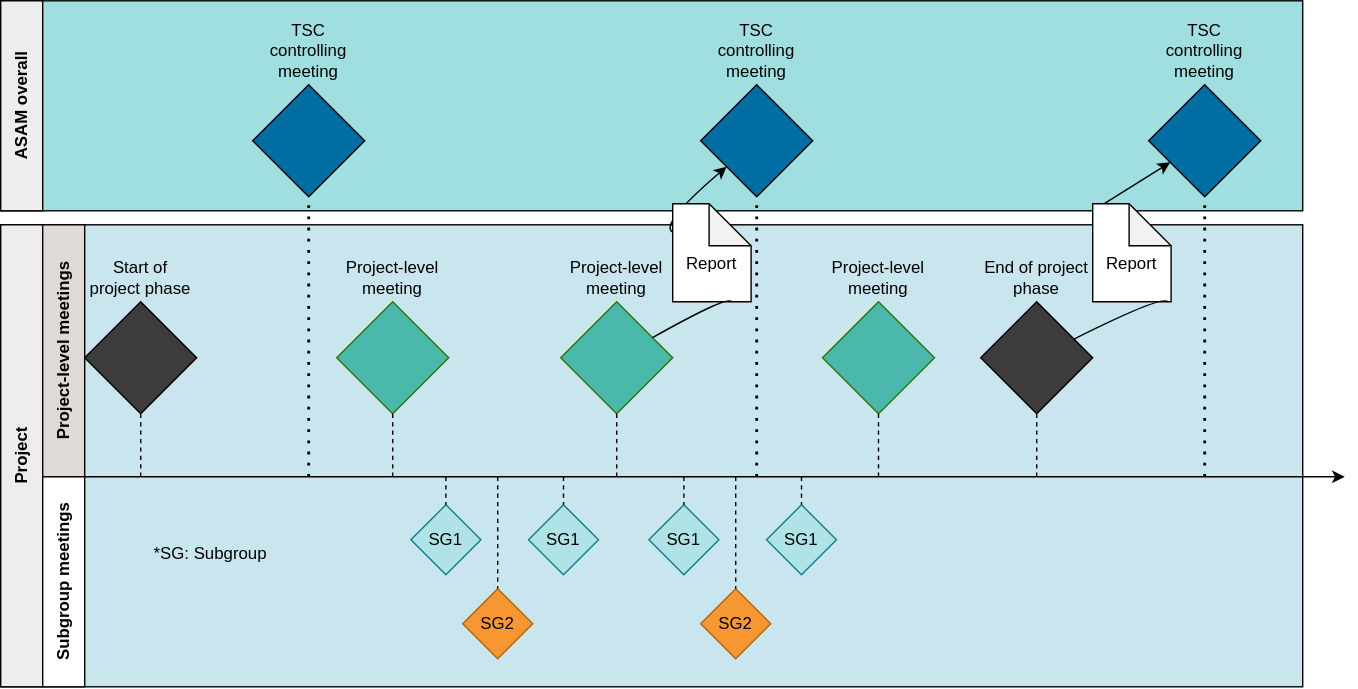
The draw.io diagram content/modules/compendium/assets/images/asam/meeting_timeline_example.drawio.svg in asam-ev/asam-project-guide-content, before a commit. Source tidied: cells renumbered, new cells last; positions are measured from the earlier drawing's top-left corner, leaving out a move shared by most shapes.
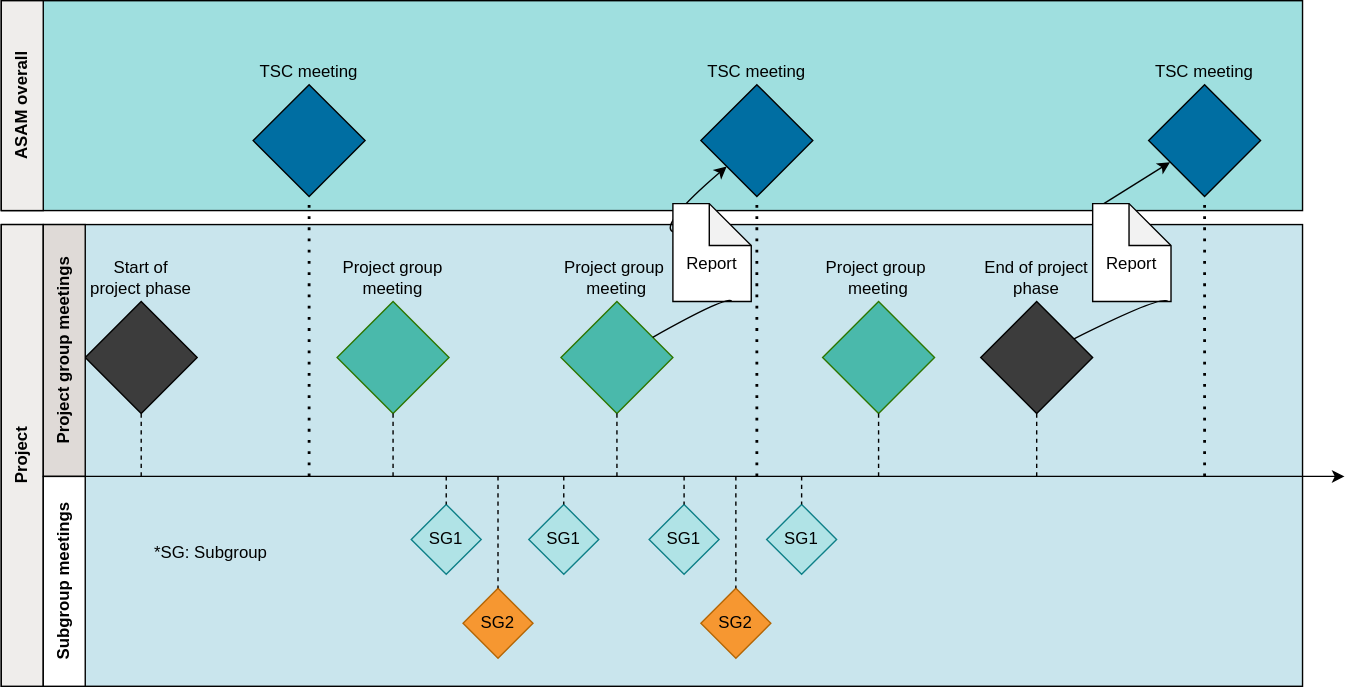
Above is the later version.

Commit message:
change naming in meeting types graphic

What changed in the source:
```diff
@@ -20,22 +20,22 @@
     <mxCell id="6" value="End of project phase" style="rhombus;whiteSpace=wrap;html=1;labelPosition=center;verticalLabelPosition=top;align=center;verticalAlign=bottom;fillColor=#3c3c3c;" parent="1" vertex="1">
       <mxGeometry x="700" y="215" width="80" height="80" as="geometry" />
     </mxCell>
-    <mxCell id="7" value="TSC controlling meeting" style="rhombus;whiteSpace=wrap;html=1;labelPosition=center;verticalLabelPosition=top;align=center;verticalAlign=bottom;fillColor=#006ea2;" parent="1" vertex="1">
+    <mxCell id="7" value="TSC meeting" style="rhombus;whiteSpace=wrap;html=1;labelPosition=center;verticalLabelPosition=top;align=center;verticalAlign=bottom;fillColor=#006ea2;" parent="1" vertex="1">
       <mxGeometry x="180" y="60" width="80" height="80" as="geometry" />
     </mxCell>
-    <mxCell id="8" value="TSC controlling meeting" style="rhombus;whiteSpace=wrap;html=1;labelPosition=center;verticalLabelPosition=top;align=center;verticalAlign=bottom;fillColor=#006EA2;" parent="1" vertex="1">
+    <mxCell id="8" value="TSC meeting" style="rhombus;whiteSpace=wrap;html=1;labelPosition=center;verticalLabelPosition=top;align=center;verticalAlign=bottom;fillColor=#006EA2;" parent="1" vertex="1">
       <mxGeometry x="500" y="60" width="80" height="80" as="geometry" />
     </mxCell>
-    <mxCell id="9" value="TSC controlling meeting" style="rhombus;whiteSpace=wrap;html=1;labelPosition=center;verticalLabelPosition=top;align=center;verticalAlign=bottom;fillColor=#006EA2;" parent="1" vertex="1">
+    <mxCell id="9" value="TSC meeting" style="rhombus;whiteSpace=wrap;html=1;labelPosition=center;verticalLabelPosition=top;align=center;verticalAlign=bottom;fillColor=#006EA2;" parent="1" vertex="1">
       <mxGeometry x="820" y="60" width="80" height="80" as="geometry" />
     </mxCell>
-    <mxCell id="10" value="Project-level meeting" style="rhombus;whiteSpace=wrap;html=1;labelPosition=center;verticalLabelPosition=top;align=center;verticalAlign=bottom;fillColor=#4AB9AB;fontColor=default;strokeColor=#2D7600;" parent="1" vertex="1">
+    <mxCell id="10" value="Project group meeting" style="rhombus;whiteSpace=wrap;html=1;labelPosition=center;verticalLabelPosition=top;align=center;verticalAlign=bottom;fillColor=#4AB9AB;fontColor=default;strokeColor=#2D7600;" parent="1" vertex="1">
       <mxGeometry x="240" y="215" width="80" height="80" as="geometry" />
     </mxCell>
-    <mxCell id="11" value="Project-level meeting" style="rhombus;whiteSpace=wrap;html=1;labelPosition=center;verticalLabelPosition=top;align=center;verticalAlign=bottom;fillColor=#4AB9AB;fontColor=default;strokeColor=#2D7600;" parent="1" vertex="1">
+    <mxCell id="11" value="Project group&amp;nbsp; meeting" style="rhombus;whiteSpace=wrap;html=1;labelPosition=center;verticalLabelPosition=top;align=center;verticalAlign=bottom;fillColor=#4AB9AB;fontColor=default;strokeColor=#2D7600;" parent="1" vertex="1">
       <mxGeometry x="400" y="215" width="80" height="80" as="geometry" />
     </mxCell>
-    <mxCell id="12" value="Project-level meeting" style="rhombus;whiteSpace=wrap;html=1;labelPosition=center;verticalLabelPosition=top;align=center;verticalAlign=bottom;fillColor=#4AB9AB;fontColor=default;strokeColor=#2D7600;" parent="1" vertex="1">
+    <mxCell id="12" value="Project group&amp;nbsp; meeting" style="rhombus;whiteSpace=wrap;html=1;labelPosition=center;verticalLabelPosition=top;align=center;verticalAlign=bottom;fillColor=#4AB9AB;fontColor=default;strokeColor=#2D7600;" parent="1" vertex="1">
       <mxGeometry x="587" y="215" width="80" height="80" as="geometry" />
     </mxCell>
     <mxCell id="13" value="SG1" style="rhombus;whiteSpace=wrap;html=1;fillColor=#b0e3e6;strokeColor=#0e8088;" parent="1" vertex="1">
@@ -135,7 +135,7 @@
     <mxCell id="35" value="Project" style="rounded=0;whiteSpace=wrap;html=1;horizontal=0;fontStyle=1;fillColor=#EFEDEB;" parent="1" vertex="1">
       <mxGeometry y="160" width="30" height="330" as="geometry" />
     </mxCell>
-    <mxCell id="36" value="Project-level meetings" style="rounded=0;whiteSpace=wrap;html=1;horizontal=0;fontStyle=1;fillColor=#DFDAD7;" parent="1" vertex="1">
+    <mxCell id="36" value="Project group meetings" style="rounded=0;whiteSpace=wrap;html=1;horizontal=0;fontStyle=1;fillColor=#DFDAD7;" parent="1" vertex="1">
       <mxGeometry x="30" y="160" width="30" height="180" as="geometry" />
     </mxCell>
     <mxCell id="37" value="Subgroup meetings" style="rounded=0;whiteSpace=wrap;html=1;horizontal=0;fontStyle=1;" parent="1" vertex="1">
```
